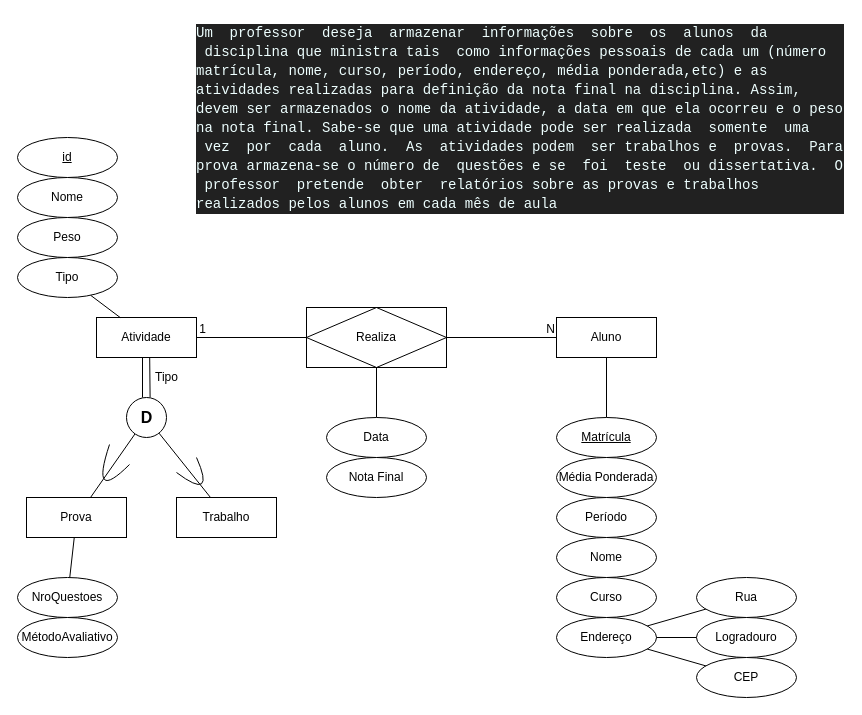
Before: Lista2/Q1.drawio in Ryrden/ICMC-SCC0540, a draw.io diagram. Source tidied: cells renumbered, new cells numbered last; positions are measured from the earlier drawing's top-left corner, leaving out a move shared by most shapes. Both pictures are drawn from the tidied source at 100%, with x=0, y=0 at pixel (17, 17).
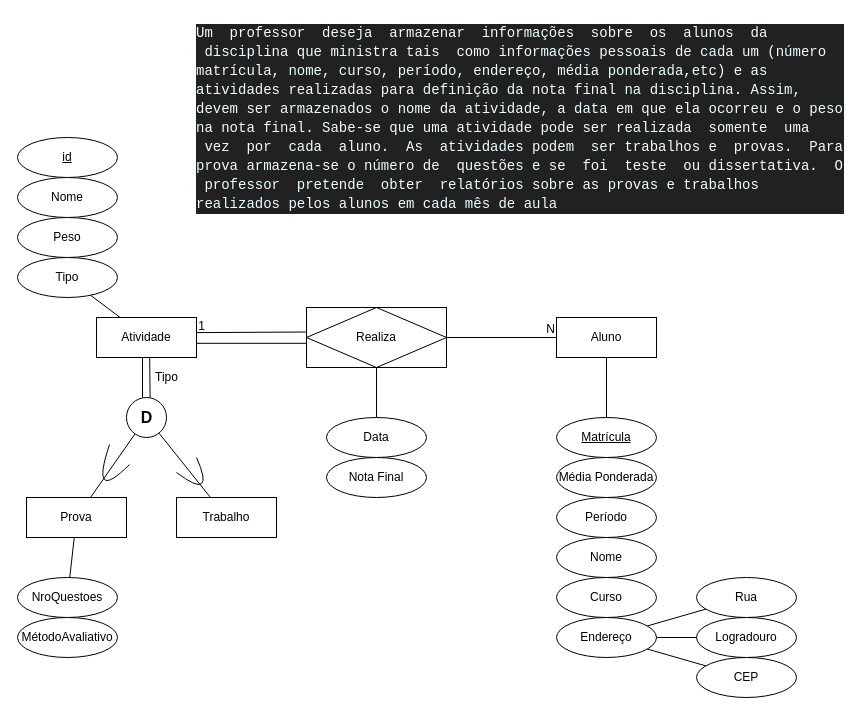
The same page after the edit.

Commit message:
Universidade - restrição total adicionada

Unchanged cells that the change refers to:
```xml
<mxCell id="3" value="Atividade" style="whiteSpace=wrap;html=1;align=center;" parent="1" vertex="1">
  <mxGeometry x="79" y="300" width="100" height="40" as="geometry" />
</mxCell>
<mxCell id="28" value="Realiza" style="shape=associativeEntity;whiteSpace=wrap;html=1;align=center;" parent="1" vertex="1">
  <mxGeometry x="289" y="290" width="140" height="60" as="geometry" />
</mxCell>
```

Diff of the diagram source:
```diff
@@
-    <mxCell id="19" style="endArrow=none;html=1;rounded=0;" parent="1" edge="1" target="3">
-      <mxGeometry relative="1" as="geometry">
-        <mxPoint x="289" y="320" as="sourcePoint" />
-      </mxGeometry>
-    </mxCell>
-    <mxCell id="20" value="1" style="html=1;align=right;verticalAlign=bottom;" parent="19" vertex="1">
-      <mxGeometry x="1" relative="1" as="geometry">
-        <mxPoint x="10" as="offset" />
-      </mxGeometry>
-    </mxCell>
@@
-    <mxCell id="26" style="edgeStyle=none;html=1;endArrow=none;endFill=0;" parent="1" edge="1" source="28" target="3">
-      <mxGeometry relative="1" as="geometry" />
-    </mxCell>
@@
+    <mxCell id="47" style="edgeStyle=none;html=1;endArrow=none;endFill=0;entryX=1.003;entryY=0.352;entryDx=0;entryDy=0;entryPerimeter=0;exitX=-0.005;exitY=0.392;exitDx=0;exitDy=0;exitPerimeter=0;" parent="1" edge="1">
+      <mxGeometry relative="1" as="geometry">
+        <mxPoint x="288.3" y="314.5" as="sourcePoint" />
+        <mxPoint x="179.3" y="315.1" as="targetPoint" />
+      </mxGeometry>
+    </mxCell>
+    <mxCell id="48" style="edgeStyle=none;html=1;endArrow=none;endFill=0;" parent="1" edge="1">
+      <mxGeometry relative="1" as="geometry">
+        <mxPoint x="289" y="325.8" as="sourcePoint" />
+        <mxPoint x="179" y="325.8" as="targetPoint" />
+      </mxGeometry>
+    </mxCell>
+    <mxCell id="20" value="1" style="text;html=1;align=center;verticalAlign=middle;fillColor=none;strokeColor=none;rounded=0;" parent="1" vertex="1">
+      <mxGeometry x="174" y="299" width="20" height="20" as="geometry" />
+    </mxCell>
```
